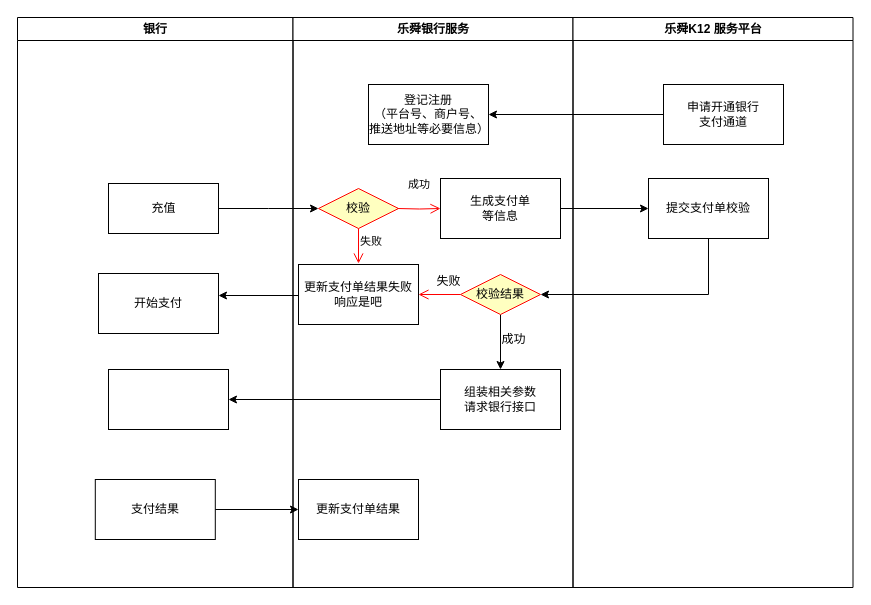
Above: 支付通道.drawio in limite1224/ministore (draw.io), before the change. Source tidied: cells renumbered, new cells numbered last; positions are measured from the earlier drawing's top-left corner, leaving out a move shared by most shapes. Both pictures are drawn from the tidied source at 100%, with x=0, y=0 at pixel (17, 17).
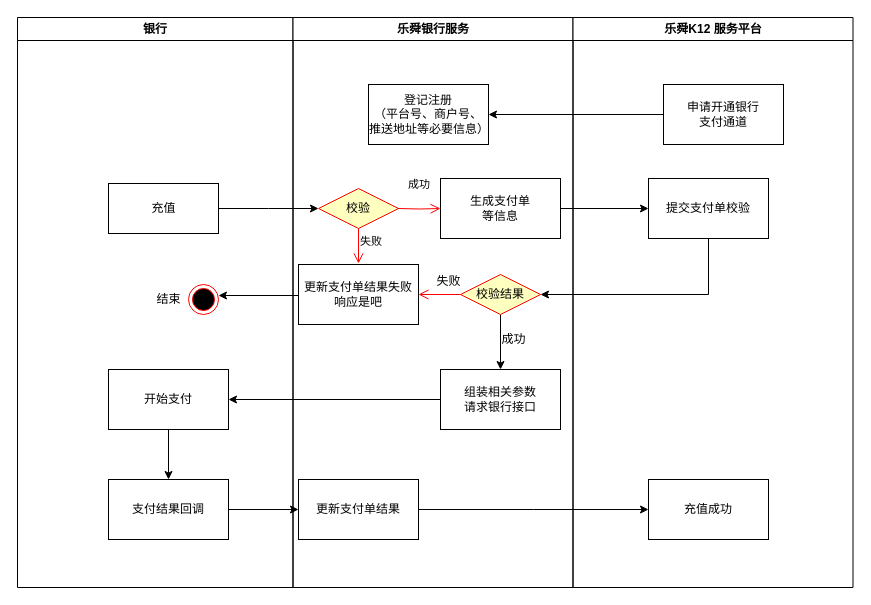
The same page after the edit.

Commit message (it also covers changes not shown here):
更新支付通道.drawio

The change refers to these unchanged cells:
```xml
<mxCell id="2" value="银行" style="swimlane;whiteSpace=wrap;startSize=23;shadow=0;" parent="1" vertex="1">
  <mxGeometry width="275.5" height="570" as="geometry" />
</mxCell>
<mxCell id="13" value="更新支付单结果" style="whiteSpace=wrap;html=1;fillColor=rgb(255, 255, 255);strokeColor=rgb(0, 0, 0);fontColor=rgb(0, 0, 0);rounded=0;" parent="6" vertex="1">
  <mxGeometry x="5.5" y="462" width="120" height="60" as="geometry" />
</mxCell>
<mxCell id="15" value="乐舜K12 服务平台" style="swimlane;whiteSpace=wrap;" parent="1" vertex="1">
  <mxGeometry x="555.5" width="280" height="570" as="geometry" />
</mxCell>
```

Diff of the diagram source:
```diff
@@
-    <mxCell id="4" value="支付结果" style="whiteSpace=wrap;html=1;fillColor=rgb(255, 255, 255);strokeColor=rgb(0, 0, 0);fontColor=rgb(0, 0, 0);rounded=0;" parent="2" vertex="1">
-      <mxGeometry x="77.8" y="462" width="120" height="60" as="geometry" />
+    <mxCell id="4" value="支付结果回调" style="whiteSpace=wrap;html=1;fillColor=rgb(255, 255, 255);strokeColor=rgb(0, 0, 0);fontColor=rgb(0, 0, 0);rounded=0;" parent="2" vertex="1">
+      <mxGeometry x="91" y="462" width="120" height="60" as="geometry" />
     </mxCell>
+    <mxCell id="31" style="edgeStyle=orthogonalEdgeStyle;rounded=0;jettySize=auto;html=1;" parent="2" edge="1" source="5" target="4">
+      <mxGeometry relative="1" as="geometry" />
+    </mxCell>
-    <mxCell id="5" style="whiteSpace=wrap;html=1;fillColor=rgb(255, 255, 255);strokeColor=rgb(0, 0, 0);fontColor=rgb(0, 0, 0);rounded=0;" parent="2" vertex="1">
+    <mxCell id="5" value="开始支付" style="whiteSpace=wrap;html=1;fillColor=rgb(255, 255, 255);strokeColor=rgb(0, 0, 0);fontColor=rgb(0, 0, 0);rounded=0;" parent="2" vertex="1">
       <mxGeometry x="91" y="352" width="120" height="60" as="geometry" />
     </mxCell>
+    <mxCell id="32" style="ellipse;html=1;shape=endState;fillColor=#000000;strokeColor=#ff0000;" parent="2" vertex="1">
+      <mxGeometry x="171" y="267" width="30" height="30" as="geometry" />
+    </mxCell>
+    <mxCell id="33" value="结束" style="text;html=1;align=center;verticalAlign=middle;strokeColor=none;fillColor=none;" parent="2" vertex="1">
+      <mxGeometry x="126" y="267" width="50" height="30" as="geometry" />
+    </mxCell>
@@
+    <mxCell id="34" value="充值成功" style="rounded=0;whiteSpace=wrap;html=1;" parent="15" vertex="1">
+      <mxGeometry x="75.5" y="462" width="120" height="60" as="geometry" />
+    </mxCell>
@@
-    <mxCell id="22" value="开始支付" style="whiteSpace=wrap;html=1;fillColor=rgb(255, 255, 255);strokeColor=rgb(0, 0, 0);fontColor=rgb(0, 0, 0);rounded=0;" parent="1" vertex="1">
-      <mxGeometry x="81" y="256" width="120" height="60" as="geometry" />
-    </mxCell>
@@
+    <mxCell id="35" style="edgeStyle=orthogonalEdgeStyle;rounded=0;jettySize=auto;html=1;" parent="1" edge="1" source="13">
+      <mxGeometry relative="1" as="geometry">
+        <mxPoint x="631" y="492" as="targetPoint" />
+      </mxGeometry>
+    </mxCell>
```
